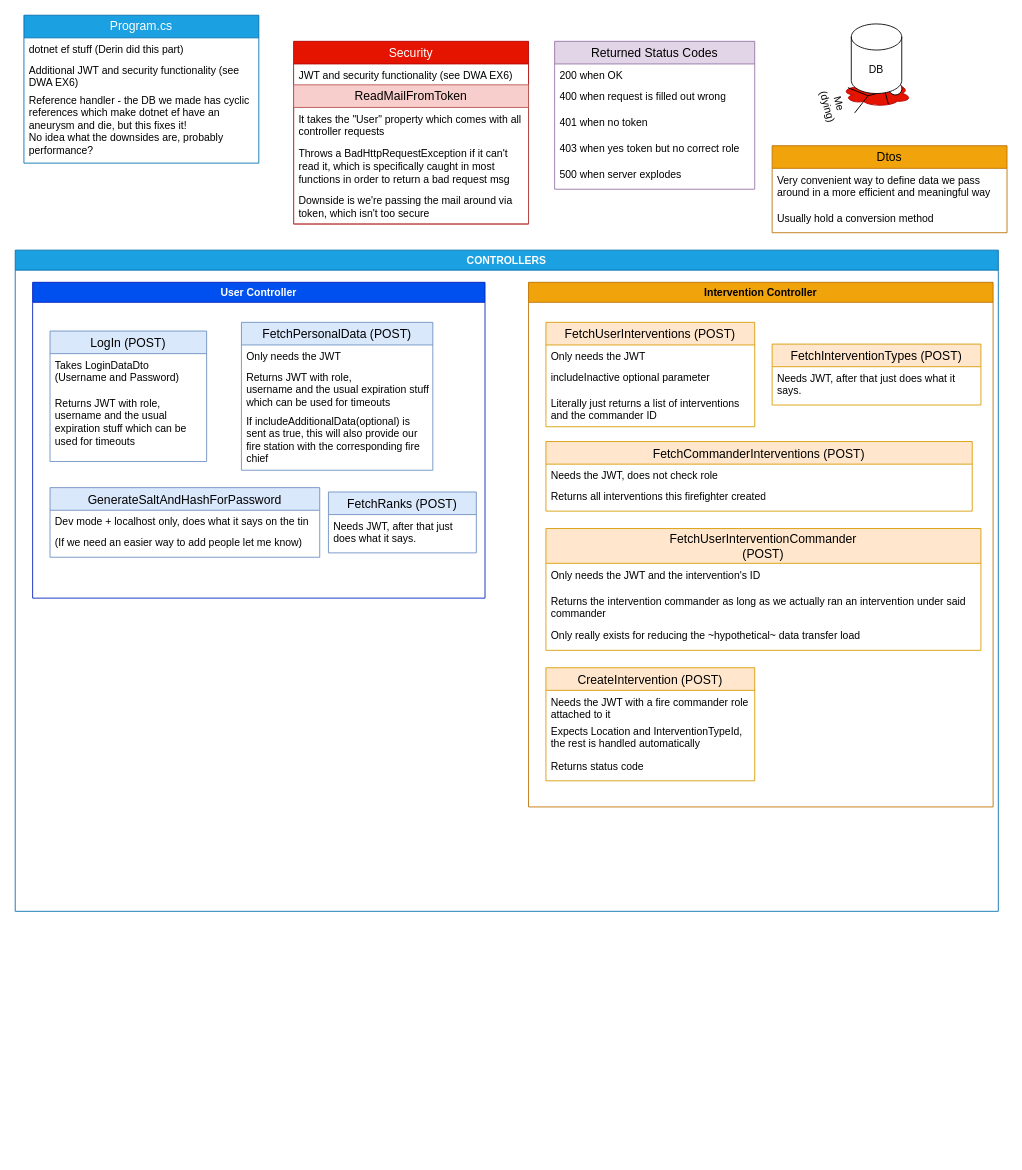
The draw.io diagram API/API_MAP.drawio in Team561/FIS-API, before the edit. Source tidied: cells renumbered, new cells numbered last; positions are measured from the earlier drawing's top-left corner, leaving out a move shared by most shapes. Both pictures are drawn from the tidied source at 87%, with x=0, y=0 at pixel (15, 15).
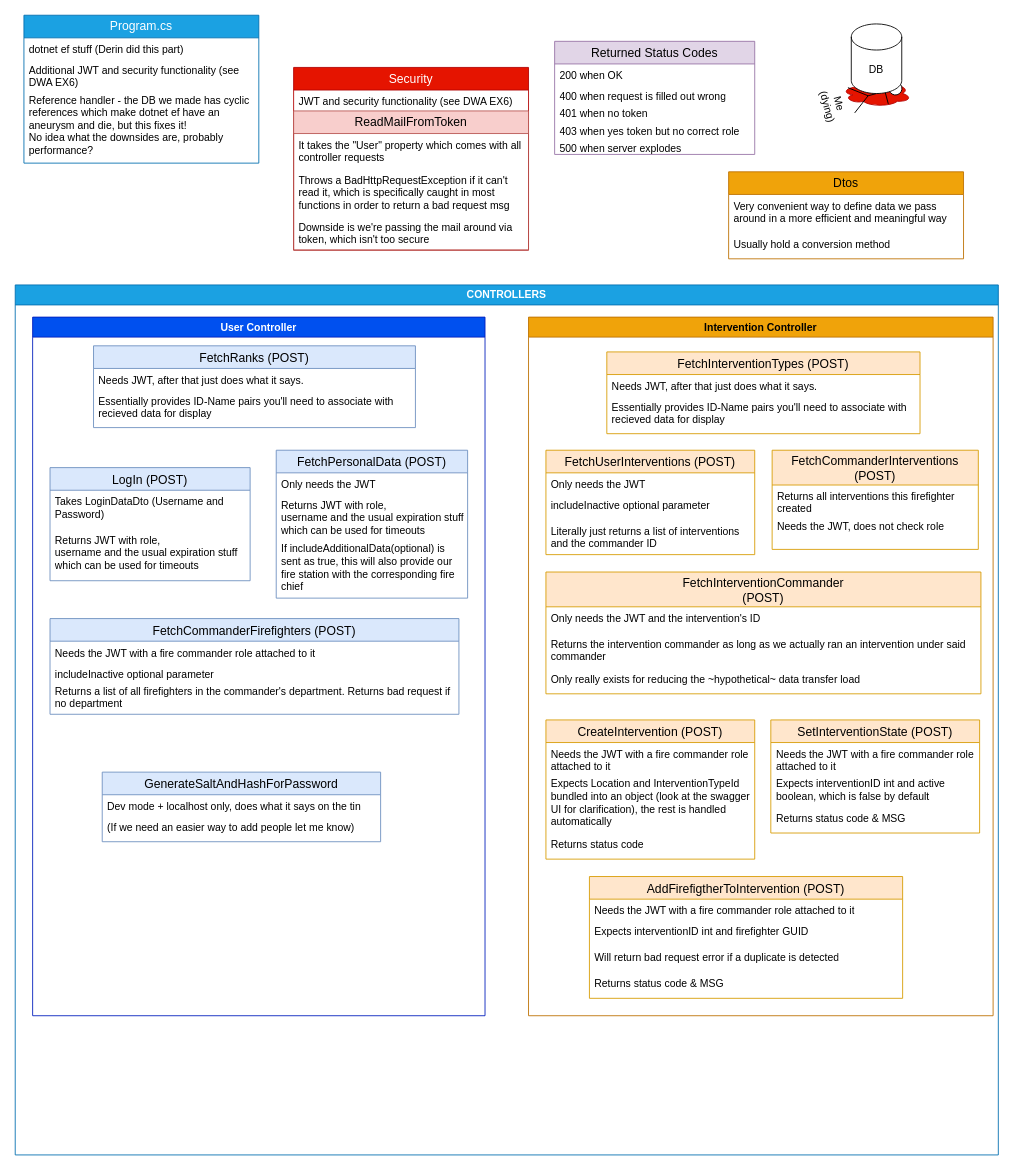
The same diagram, later.

Commit message (it also covers changes not shown here):
Implement commander firefighter fetch and intervention manipulation

What changed in the source:
```diff
@@
     <mxCell id="9" value="Security" style="swimlane;fontStyle=0;horizontal=1;startSize=26;align=center;fontSize=14;whiteSpace=wrap;fillColor=#e51400;fontColor=#ffffff;strokeColor=#B20000;" parent="1" vertex="1">
-      <mxGeometry x="320" y="30" width="270" height="210" as="geometry" />
+      <mxGeometry x="320" y="60" width="270" height="210" as="geometry" />
     </mxCell>
@@
     <mxCell id="15" value="Dtos" style="swimlane;fontStyle=0;horizontal=1;startSize=26;align=center;fontSize=14;whiteSpace=wrap;fillColor=#f0a30a;fontColor=#000000;strokeColor=#BD7000;" parent="1" vertex="1">
-      <mxGeometry x="870" y="150" width="270" height="100" as="geometry" />
+      <mxGeometry x="820" y="180" width="270" height="100" as="geometry" />
     </mxCell>
@@
     <mxCell id="18" value="CONTROLLERS" style="swimlane;whiteSpace=wrap;html=1;fillColor=#1ba1e2;strokeColor=#006EAF;fontColor=#ffffff;" parent="1" vertex="1">
-      <mxGeometry y="270" width="1130" height="760" as="geometry" />
+      <mxGeometry y="310" width="1130" height="1000" as="geometry" />
     </mxCell>
     <mxCell id="19" value="Intervention Controller" style="swimlane;whiteSpace=wrap;html=1;fillColor=#f0a30a;strokeColor=#BD7000;fontColor=#000000;" parent="18" vertex="1">
-      <mxGeometry x="590" y="37" width="534" height="603" as="geometry" />
+      <mxGeometry x="590" y="37" width="534" height="803" as="geometry" />
     </mxCell>
     <mxCell id="20" value="FetchUserInterventions (POST)" style="swimlane;fontStyle=0;horizontal=1;startSize=26;align=center;fontSize=14;fillColor=#ffe6cc;strokeColor=#d79b00;" parent="19" vertex="1">
-      <mxGeometry x="20" y="46" width="240" height="120" as="geometry" />
+      <mxGeometry x="20" y="153" width="240" height="120" as="geometry" />
     </mxCell>
@@
-    <mxCell id="24" value="FetchUserInterventionCommander&#10;(POST)" style="swimlane;fontStyle=0;horizontal=1;startSize=40;align=center;fontSize=14;fillColor=#ffe6cc;strokeColor=#d79b00;" parent="19" vertex="1">
-      <mxGeometry x="20" y="283" width="500" height="140" as="geometry" />
+    <mxCell id="24" value="FetchInterventionCommander&#10;(POST)" style="swimlane;fontStyle=0;horizontal=1;startSize=40;align=center;fontSize=14;fillColor=#ffe6cc;strokeColor=#d79b00;" parent="19" vertex="1">
+      <mxGeometry x="20" y="293" width="500" height="140" as="geometry" />
     </mxCell>
@@
     <mxCell id="28" value="CreateIntervention (POST)" style="swimlane;fontStyle=0;horizontal=1;startSize=26;align=center;fontSize=14;fillColor=#ffe6cc;strokeColor=#d79b00;" parent="19" vertex="1">
-      <mxGeometry x="20" y="443" width="240" height="130" as="geometry" />
+      <mxGeometry x="20" y="463" width="240" height="160" as="geometry" />
     </mxCell>
@@
-    <mxCell id="30" value="Expects Location and InterventionTypeId, the rest is handled automatically" style="text;strokeColor=none;fillColor=none;spacingLeft=4;spacingRight=4;overflow=hidden;fontSize=12;whiteSpace=wrap;" parent="28" vertex="1">
-      <mxGeometry y="60" width="240" height="40" as="geometry" />
+    <mxCell id="30" value="Expects Location and InterventionTypeId bundled into an object (look at the swagger UI for clarification), the rest is handled automatically" style="text;strokeColor=none;fillColor=none;spacingLeft=4;spacingRight=4;overflow=hidden;fontSize=12;whiteSpace=wrap;" parent="28" vertex="1">
+      <mxGeometry y="60" width="240" height="70" as="geometry" />
     </mxCell>
     <mxCell id="31" value="Returns status code" style="text;strokeColor=none;fillColor=none;spacingLeft=4;spacingRight=4;overflow=hidden;fontSize=12;whiteSpace=wrap;" parent="28" vertex="1">
-      <mxGeometry y="100" width="240" height="30" as="geometry" />
+      <mxGeometry y="130" width="240" height="30" as="geometry" />
     </mxCell>
     <mxCell id="32" value="FetchInterventionTypes (POST)" style="swimlane;fontStyle=0;horizontal=1;startSize=26;align=center;fontSize=14;fillColor=#ffe6cc;strokeColor=#d79b00;" parent="19" vertex="1">
-      <mxGeometry x="280" y="71" width="240" height="70" as="geometry" />
+      <mxGeometry x="90" y="40" width="360" height="94" as="geometry" />
     </mxCell>
     <mxCell id="33" value="Needs JWT, after that just does what it says." style="text;strokeColor=none;fillColor=none;spacingLeft=4;spacingRight=4;overflow=hidden;fontSize=12;whiteSpace=wrap;" parent="32" vertex="1">
-      <mxGeometry y="26" width="240" height="44" as="geometry" />
+      <mxGeometry y="26" width="360" height="24" as="geometry" />
     </mxCell>
+    <mxCell id="56" value="Essentially provides ID-Name pairs you'll need to associate with recieved data for display" style="text;strokeColor=none;fillColor=none;spacingLeft=4;spacingRight=4;overflow=hidden;fontSize=12;whiteSpace=wrap;" parent="32" vertex="1">
+      <mxGeometry y="50" width="360" height="44" as="geometry" />
+    </mxCell>
-    <mxCell id="34" value="FetchCommanderInterventions (POST)" style="swimlane;fontStyle=0;horizontal=1;startSize=26;align=center;fontSize=14;fillColor=#ffe6cc;strokeColor=#d79b00;" parent="19" vertex="1">
-      <mxGeometry x="20" y="183" width="490" height="80" as="geometry" />
+    <mxCell id="34" value="FetchCommanderInterventions&#10;(POST)" style="swimlane;fontStyle=0;horizontal=1;startSize=40;align=center;fontSize=14;fillColor=#ffe6cc;strokeColor=#d79b00;" parent="19" vertex="1">
+      <mxGeometry x="280" y="153" width="237" height="114" as="geometry" />
     </mxCell>
+    <mxCell id="36" value="Returns all interventions this firefighter created" style="text;strokeColor=none;fillColor=none;spacingLeft=4;spacingRight=4;overflow=hidden;fontSize=12;whiteSpace=wrap;" parent="34" vertex="1">
+      <mxGeometry y="40" width="237" height="34" as="geometry" />
+    </mxCell>
     <mxCell id="35" value="Needs the JWT, does not check role" style="text;strokeColor=none;fillColor=none;spacingLeft=4;spacingRight=4;overflow=hidden;fontSize=12;whiteSpace=wrap;" parent="34" vertex="1">
-      <mxGeometry y="26" width="490" height="24" as="geometry" />
+      <mxGeometry y="74" width="237" height="40" as="geometry" />
     </mxCell>
-    <mxCell id="36" value="Returns all interventions this firefighter created" style="text;strokeColor=none;fillColor=none;spacingLeft=4;spacingRight=4;overflow=hidden;fontSize=12;whiteSpace=wrap;" parent="34" vertex="1">
-      <mxGeometry y="50" width="490" height="30" as="geometry" />
-    </mxCell>
+    <mxCell id="57" value="SetInterventionState (POST)" style="swimlane;fontStyle=0;horizontal=1;startSize=26;align=center;fontSize=14;fillColor=#ffe6cc;strokeColor=#d79b00;" parent="19" vertex="1">
+      <mxGeometry x="278.5" y="463" width="240" height="130" as="geometry" />
+    </mxCell>
+    <mxCell id="58" value="Needs the JWT with a fire commander role attached to it" style="text;strokeColor=none;fillColor=none;spacingLeft=4;spacingRight=4;overflow=hidden;fontSize=12;whiteSpace=wrap;" parent="57" vertex="1">
+      <mxGeometry y="26" width="240" height="34" as="geometry" />
+    </mxCell>
+    <mxCell id="59" value="Expects interventionID int and active boolean, which is false by default" style="text;strokeColor=none;fillColor=none;spacingLeft=4;spacingRight=4;overflow=hidden;fontSize=12;whiteSpace=wrap;" parent="57" vertex="1">
+      <mxGeometry y="60" width="240" height="40" as="geometry" />
+    </mxCell>
+    <mxCell id="60" value="Returns status code &amp; MSG" style="text;strokeColor=none;fillColor=none;spacingLeft=4;spacingRight=4;overflow=hidden;fontSize=12;whiteSpace=wrap;" parent="57" vertex="1">
+      <mxGeometry y="100" width="240" height="30" as="geometry" />
+    </mxCell>
+    <mxCell id="61" value="AddFirefigtherToIntervention (POST)" style="swimlane;fontStyle=0;horizontal=1;startSize=26;align=center;fontSize=14;fillColor=#ffe6cc;strokeColor=#d79b00;" parent="19" vertex="1">
+      <mxGeometry x="70" y="643" width="360" height="140" as="geometry" />
+    </mxCell>
+    <mxCell id="62" value="Needs the JWT with a fire commander role attached to it" style="text;strokeColor=none;fillColor=none;spacingLeft=4;spacingRight=4;overflow=hidden;fontSize=12;whiteSpace=wrap;" parent="61" vertex="1">
+      <mxGeometry y="26" width="360" height="24" as="geometry" />
+    </mxCell>
+    <mxCell id="63" value="Expects interventionID int and firefighter GUID" style="text;strokeColor=none;fillColor=none;spacingLeft=4;spacingRight=4;overflow=hidden;fontSize=12;whiteSpace=wrap;" parent="61" vertex="1">
+      <mxGeometry y="50" width="360" height="30" as="geometry" />
+    </mxCell>
+    <mxCell id="64" value="Will return bad request error if a duplicate is detected" style="text;strokeColor=none;fillColor=none;spacingLeft=4;spacingRight=4;overflow=hidden;fontSize=12;whiteSpace=wrap;" parent="61" vertex="1">
+      <mxGeometry y="80" width="360" height="30" as="geometry" />
+    </mxCell>
+    <mxCell id="65" value="Returns status code &amp; MSG" style="text;strokeColor=none;fillColor=none;spacingLeft=4;spacingRight=4;overflow=hidden;fontSize=12;whiteSpace=wrap;" parent="61" vertex="1">
+      <mxGeometry y="110" width="360" height="30" as="geometry" />
+    </mxCell>
     <mxCell id="37" value="User Controller" style="swimlane;whiteSpace=wrap;html=1;fillColor=#0050ef;strokeColor=#001DBC;fontColor=#ffffff;" parent="18" vertex="1">
-      <mxGeometry x="20" y="37" width="520" height="363" as="geometry" />
+      <mxGeometry x="20" y="37" width="520" height="803" as="geometry" />
     </mxCell>
     <mxCell id="38" value="LogIn (POST)" style="swimlane;fontStyle=0;horizontal=1;startSize=26;align=center;fontSize=14;fillColor=#dae8fc;strokeColor=#6c8ebf;" parent="37" vertex="1">
-      <mxGeometry x="20" y="56" width="180" height="150" as="geometry" />
+      <mxGeometry x="20" y="173" width="230" height="130" as="geometry" />
     </mxCell>
     <mxCell id="39" value="Takes LoginDataDto (Username and Password)" style="text;strokeColor=none;fillColor=none;spacingLeft=4;spacingRight=4;overflow=hidden;fontSize=12;whiteSpace=wrap;" parent="38" vertex="1">
-      <mxGeometry y="26" width="180" height="44" as="geometry" />
+      <mxGeometry y="26" width="230" height="44" as="geometry" />
     </mxCell>
     <mxCell id="40" value="Returns JWT with role,&#10;username and the usual expiration stuff which can be used for timeouts" style="text;strokeColor=none;fillColor=none;spacingLeft=4;spacingRight=4;overflow=hidden;fontSize=12;whiteSpace=wrap;" parent="38" vertex="1">
-      <mxGeometry y="70" width="180" height="80" as="geometry" />
+      <mxGeometry y="70" width="230" height="60" as="geometry" />
     </mxCell>
     <mxCell id="41" value="FetchPersonalData (POST)" style="swimlane;fontStyle=0;horizontal=1;startSize=26;align=center;fontSize=14;fillColor=#dae8fc;strokeColor=#6c8ebf;" parent="37" vertex="1">
-      <mxGeometry x="240" y="46" width="220" height="170" as="geometry" />
+      <mxGeometry x="280" y="153" width="220" height="170" as="geometry" />
     </mxCell>
@@
     <mxCell id="45" value="GenerateSaltAndHashForPassword" style="swimlane;fontStyle=0;horizontal=1;startSize=26;align=center;fontSize=14;fillColor=#dae8fc;strokeColor=#6c8ebf;" parent="37" vertex="1">
-      <mxGeometry x="20" y="236" width="310" height="80" as="geometry" />
+      <mxGeometry x="80" y="523" width="320" height="80" as="geometry" />
     </mxCell>
     <mxCell id="46" value="Dev mode + localhost only, does what it says on the tin" style="text;strokeColor=none;fillColor=none;spacingLeft=4;spacingRight=4;overflow=hidden;fontSize=12;whiteSpace=wrap;" parent="45" vertex="1">
-      <mxGeometry y="26" width="310" height="24" as="geometry" />
+      <mxGeometry y="26" width="320" height="24" as="geometry" />
     </mxCell>
     <mxCell id="47" value="(If we need an easier way to add people let me know)" style="text;strokeColor=none;fillColor=none;spacingLeft=4;spacingRight=4;overflow=hidden;fontSize=12;whiteSpace=wrap;" parent="45" vertex="1">
-      <mxGeometry y="50" width="310" height="30" as="geometry" />
+      <mxGeometry y="50" width="320" height="30" as="geometry" />
     </mxCell>
     <mxCell id="48" value="FetchRanks (POST)" style="swimlane;fontStyle=0;horizontal=1;startSize=26;align=center;fontSize=14;fillColor=#dae8fc;strokeColor=#6c8ebf;" parent="37" vertex="1">
-      <mxGeometry x="340" y="241" width="170" height="70" as="geometry" />
+      <mxGeometry x="70" y="33" width="370" height="94" as="geometry" />
     </mxCell>
     <mxCell id="49" value="Needs JWT, after that just does what it says." style="text;strokeColor=none;fillColor=none;spacingLeft=4;spacingRight=4;overflow=hidden;fontSize=12;whiteSpace=wrap;" parent="48" vertex="1">
-      <mxGeometry y="26" width="170" height="44" as="geometry" />
+      <mxGeometry y="26" width="370" height="24" as="geometry" />
     </mxCell>
+    <mxCell id="66" value="Essentially provides ID-Name pairs you'll need to associate with recieved data for display" style="text;strokeColor=none;fillColor=none;spacingLeft=4;spacingRight=4;overflow=hidden;fontSize=12;whiteSpace=wrap;" parent="48" vertex="1">
+      <mxGeometry y="50" width="370" height="44" as="geometry" />
+    </mxCell>
+    <mxCell id="67" value="FetchCommanderFirefighters (POST)" style="swimlane;fontStyle=0;horizontal=1;startSize=26;align=center;fontSize=14;fillColor=#dae8fc;strokeColor=#6c8ebf;" parent="37" vertex="1">
+      <mxGeometry x="20" y="346.5" width="470" height="110" as="geometry" />
+    </mxCell>
+    <mxCell id="68" value="Needs the JWT with a fire commander role attached to it" style="text;strokeColor=none;fillColor=none;spacingLeft=4;spacingRight=4;overflow=hidden;fontSize=12;whiteSpace=wrap;" parent="67" vertex="1">
+      <mxGeometry y="26" width="470" height="24" as="geometry" />
+    </mxCell>
+    <mxCell id="69" value="includeInactive optional parameter" style="text;strokeColor=none;fillColor=none;spacingLeft=4;spacingRight=4;overflow=hidden;fontSize=12;whiteSpace=wrap;" parent="67" vertex="1">
+      <mxGeometry y="50" width="470" height="20" as="geometry" />
+    </mxCell>
+    <mxCell id="70" value="Returns a list of all firefighters in the commander's department. Returns bad request if no department " style="text;strokeColor=none;fillColor=none;spacingLeft=4;spacingRight=4;overflow=hidden;fontSize=12;whiteSpace=wrap;" parent="67" vertex="1">
+      <mxGeometry y="70" width="470" height="40" as="geometry" />
+    </mxCell>
     <mxCell id="50" value="Returned Status Codes" style="swimlane;fontStyle=0;horizontal=1;startSize=26;align=center;fontSize=14;whiteSpace=wrap;fillColor=#e1d5e7;strokeColor=#9673a6;" parent="1" vertex="1">
-      <mxGeometry x="620" y="30" width="230" height="170" as="geometry" />
+      <mxGeometry x="620" y="30" width="230" height="130" as="geometry" />
     </mxCell>
@@
     <mxCell id="52" value="400 when request is filled out wrong" style="text;strokeColor=none;fillColor=none;spacingLeft=4;spacingRight=4;overflow=hidden;fontSize=12;whiteSpace=wrap;" parent="50" vertex="1">
-      <mxGeometry y="50" width="230" height="30" as="geometry" />
+      <mxGeometry y="50" width="230" height="20" as="geometry" />
     </mxCell>
     <mxCell id="53" value="401 when no token" style="text;strokeColor=none;fillColor=none;spacingLeft=4;spacingRight=4;overflow=hidden;fontSize=12;whiteSpace=wrap;" parent="50" vertex="1">
-      <mxGeometry y="80" width="230" height="30" as="geometry" />
+      <mxGeometry y="70" width="230" height="20" as="geometry" />
     </mxCell>
     <mxCell id="54" value="403 when yes token but no correct role" style="text;strokeColor=none;fillColor=none;spacingLeft=4;spacingRight=4;overflow=hidden;fontSize=12;whiteSpace=wrap;" parent="50" vertex="1">
-      <mxGeometry y="110" width="230" height="30" as="geometry" />
+      <mxGeometry y="90" width="230" height="20" as="geometry" />
     </mxCell>
     <mxCell id="55" value="500 when server explodes" style="text;strokeColor=none;fillColor=none;spacingLeft=4;spacingRight=4;overflow=hidden;fontSize=12;whiteSpace=wrap;" parent="50" vertex="1">
-      <mxGeometry y="140" width="230" height="30" as="geometry" />
+      <mxGeometry y="110" width="230" height="20" as="geometry" />
     </mxCell>
```
